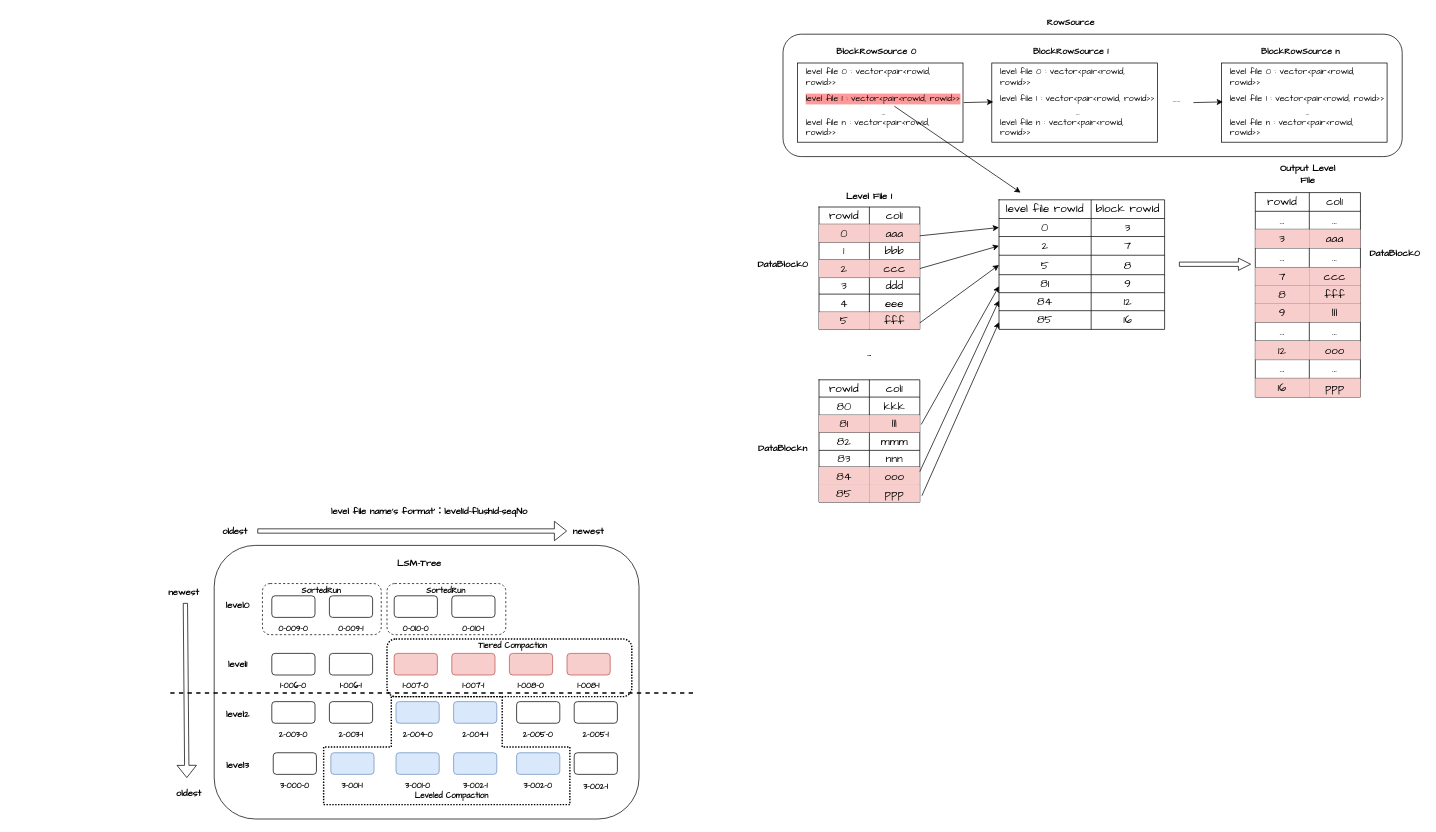
This is compact.drawio from yeqiyi/drawIO, a draw.io file, before an edit. Source tidied: cells renumbered, new cells numbered last; positions are measured from the earlier drawing's top-left corner, leaving out a move shared by most shapes. Both pictures are drawn from the tidied source at 72%, with x=0, y=0 at pixel (166, 12).
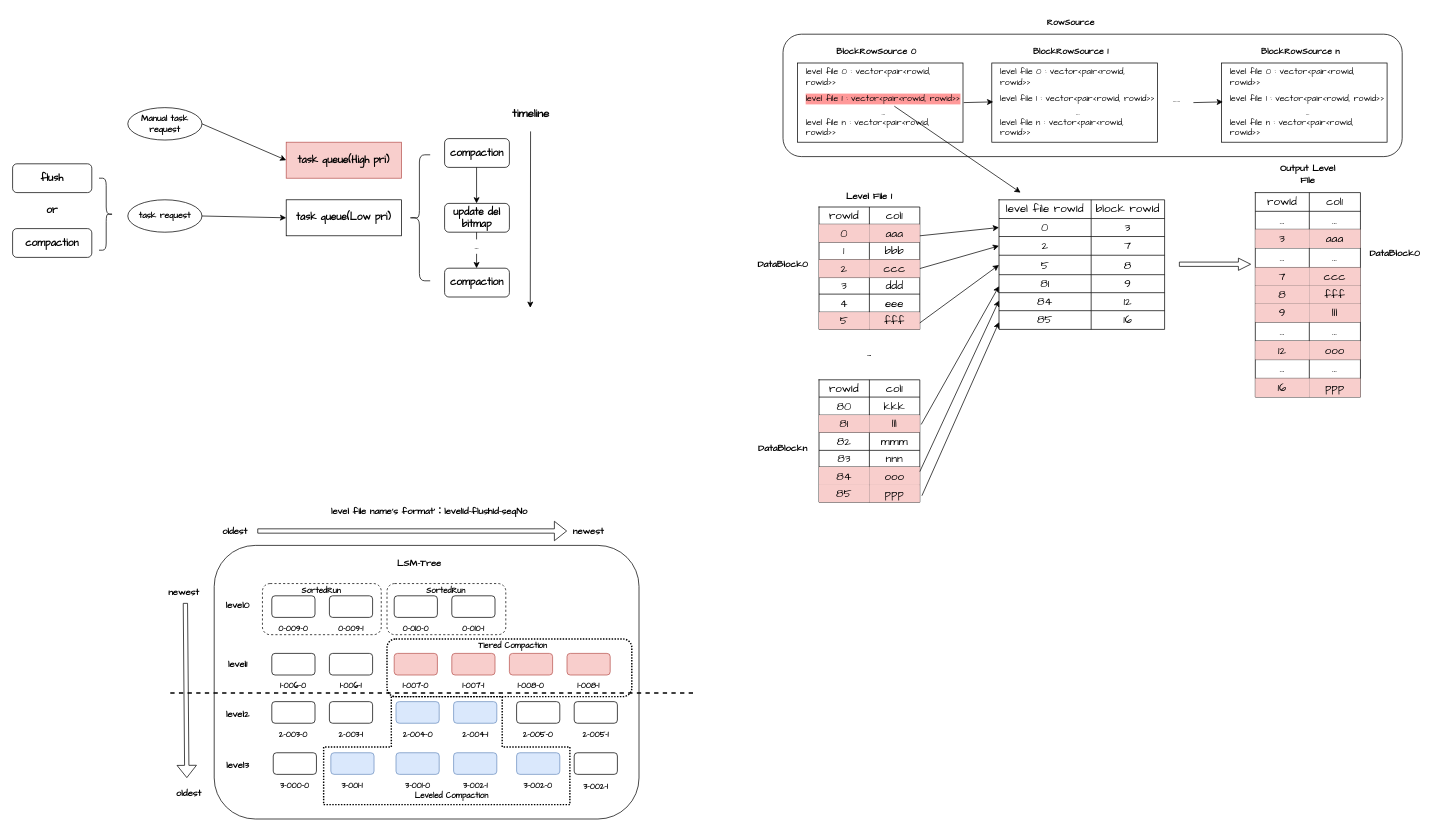
The same page after the edit.

Change to the diagram source:
```diff
@@
+    <mxCell id="205" value="&lt;font style=&quot;font-size: 14px;&quot; face=&quot;Comic Sans MS&quot;&gt;task queue(Low pri)&lt;/font&gt;" style="rounded=0;whiteSpace=wrap;html=1;fontStyle=1;" parent="1" vertex="1">
+      <mxGeometry x="167" y="260" width="160" height="50" as="geometry" />
+    </mxCell>
+    <mxCell id="206" value="&lt;font style=&quot;font-size: 14px;&quot; face=&quot;Comic Sans MS&quot;&gt;task queue(High pri)&lt;/font&gt;" style="rounded=0;whiteSpace=wrap;html=1;fillColor=#f8cecc;strokeColor=#b85450;fontStyle=1;" parent="1" vertex="1">
+      <mxGeometry x="167" y="180" width="160" height="50" as="geometry" />
+    </mxCell>
+    <mxCell id="207" value="&lt;font&gt;task request&lt;/font&gt;" style="ellipse;whiteSpace=wrap;html=1;fontStyle=1;fontFamily=Comic Sans MS;" parent="1" vertex="1">
+      <mxGeometry x="-53" y="260" width="103" height="45" as="geometry" />
+    </mxCell>
+    <mxCell id="208" style="endArrow=classic;html=1;rounded=0;exitX=1;exitY=0.5;exitDx=0;exitDy=0;entryX=0;entryY=0.5;entryDx=0;entryDy=0;" parent="1" edge="1" source="207" target="205">
+      <mxGeometry relative="1" as="geometry" />
+    </mxCell>
+    <mxCell id="209" value="&lt;font face=&quot;Comic Sans MS&quot; style=&quot;font-size: 14px;&quot;&gt;flush&lt;/font&gt;" style="rounded=1;whiteSpace=wrap;html=1;fontStyle=1;" parent="1" vertex="1">
+      <mxGeometry x="-213" y="210" width="110" height="40" as="geometry" />
+    </mxCell>
+    <mxCell id="210" value="&lt;font face=&quot;Comic Sans MS&quot; style=&quot;font-size: 14px;&quot;&gt;compaction&lt;/font&gt;" style="rounded=1;whiteSpace=wrap;html=1;fontStyle=1;" parent="1" vertex="1">
+      <mxGeometry x="-213" y="300" width="110" height="40" as="geometry" />
+    </mxCell>
+    <mxCell id="211" value="&lt;font style=&quot;font-size: 14px;&quot; face=&quot;Comic Sans MS&quot;&gt;or&lt;/font&gt;" style="text;html=1;align=center;verticalAlign=middle;whiteSpace=wrap;rounded=0;fontStyle=1;" parent="1" vertex="1">
+      <mxGeometry x="-188" y="260" width="60" height="30" as="geometry" />
+    </mxCell>
+    <mxCell id="212" style="shape=curlyBracket;whiteSpace=wrap;html=1;rounded=1;flipH=1;labelPosition=right;verticalLabelPosition=middle;align=left;verticalAlign=middle;" parent="1" vertex="1">
+      <mxGeometry x="-93" y="230" width="20" height="100" as="geometry" />
+    </mxCell>
+    <mxCell id="213" style="shape=curlyBracket;whiteSpace=wrap;html=1;rounded=1;flipH=0;labelPosition=right;verticalLabelPosition=middle;align=left;verticalAlign=middle;flipV=1;" parent="1" vertex="1">
+      <mxGeometry x="337" y="197.5" width="30" height="175" as="geometry" />
+    </mxCell>
+    <mxCell id="214" value="&lt;font style=&quot;font-size: 14px;&quot; face=&quot;Comic Sans MS&quot;&gt;compaction&lt;/font&gt;" style="rounded=1;whiteSpace=wrap;html=1;fontStyle=1;" parent="1" vertex="1">
+      <mxGeometry x="387" y="175" width="90" height="40" as="geometry" />
+    </mxCell>
+    <mxCell id="215" value="&lt;font face=&quot;Comic Sans MS&quot;&gt;&lt;span style=&quot;font-size: 14px;&quot;&gt;update del bitmap&lt;/span&gt;&lt;/font&gt;" style="rounded=1;whiteSpace=wrap;html=1;fontStyle=1;" parent="1" vertex="1">
+      <mxGeometry x="387" y="265" width="90" height="40" as="geometry" />
+    </mxCell>
+    <mxCell id="216" style="endArrow=classic;html=1;rounded=0;" parent="1" edge="1">
+      <mxGeometry relative="1" as="geometry">
+        <mxPoint x="431.4" y="215" as="sourcePoint" />
+        <mxPoint x="431.4" y="265" as="targetPoint" />
+      </mxGeometry>
+    </mxCell>
+    <mxCell id="217" style="endArrow=classic;html=1;rounded=0;" parent="1" edge="1">
+      <mxGeometry relative="1" as="geometry">
+        <mxPoint x="431.4" y="305" as="sourcePoint" />
+        <mxPoint x="431.4" y="355" as="targetPoint" />
+      </mxGeometry>
+    </mxCell>
+    <mxCell id="218" value="&lt;font style=&quot;font-size: 14px;&quot; face=&quot;Comic Sans MS&quot;&gt;compaction&lt;/font&gt;" style="rounded=1;whiteSpace=wrap;html=1;fontStyle=1;" parent="1" vertex="1">
+      <mxGeometry x="387" y="355" width="90" height="40" as="geometry" />
+    </mxCell>
+    <mxCell id="219" value="..." style="text;html=1;align=center;verticalAlign=middle;whiteSpace=wrap;rounded=0;fontSize=14;fontFamily=Comic Sans MS;fontStyle=0;fillColor=default;" parent="1" vertex="1">
+      <mxGeometry x="410" y="315" width="44" height="20" as="geometry" />
+    </mxCell>
+    <mxCell id="220" style="endArrow=classic;html=1;rounded=0;" parent="1" edge="1">
+      <mxGeometry relative="1" as="geometry">
+        <mxPoint x="506.4" y="165" as="sourcePoint" />
+        <mxPoint x="506" y="410" as="targetPoint" />
+      </mxGeometry>
+    </mxCell>
+    <mxCell id="221" value="&lt;b style=&quot;font-size: 16px;&quot;&gt;timeline&lt;/b&gt;" style="text;html=1;align=center;verticalAlign=middle;whiteSpace=wrap;rounded=0;fontSize=16;fontFamily=Comic Sans MS;fontStyle=0;fillColor=default;" parent="1" vertex="1">
+      <mxGeometry x="485" y="130" width="44" height="20" as="geometry" />
+    </mxCell>
+    <mxCell id="222" value="&lt;font&gt;Manual task&lt;/font&gt;&lt;div&gt;&lt;font&gt;request&lt;/font&gt;&lt;/div&gt;" style="ellipse;whiteSpace=wrap;html=1;fontStyle=1;fontFamily=Comic Sans MS;" parent="1" vertex="1">
+      <mxGeometry x="-53" y="132" width="103" height="45" as="geometry" />
+    </mxCell>
+    <mxCell id="223" style="endArrow=classic;html=1;rounded=0;exitX=1;exitY=0.5;exitDx=0;exitDy=0;entryX=0;entryY=0.5;entryDx=0;entryDy=0;" parent="1" edge="1" source="222">
+      <mxGeometry relative="1" as="geometry">
+        <mxPoint x="167" y="205" as="targetPoint" />
+      </mxGeometry>
+    </mxCell>
```
